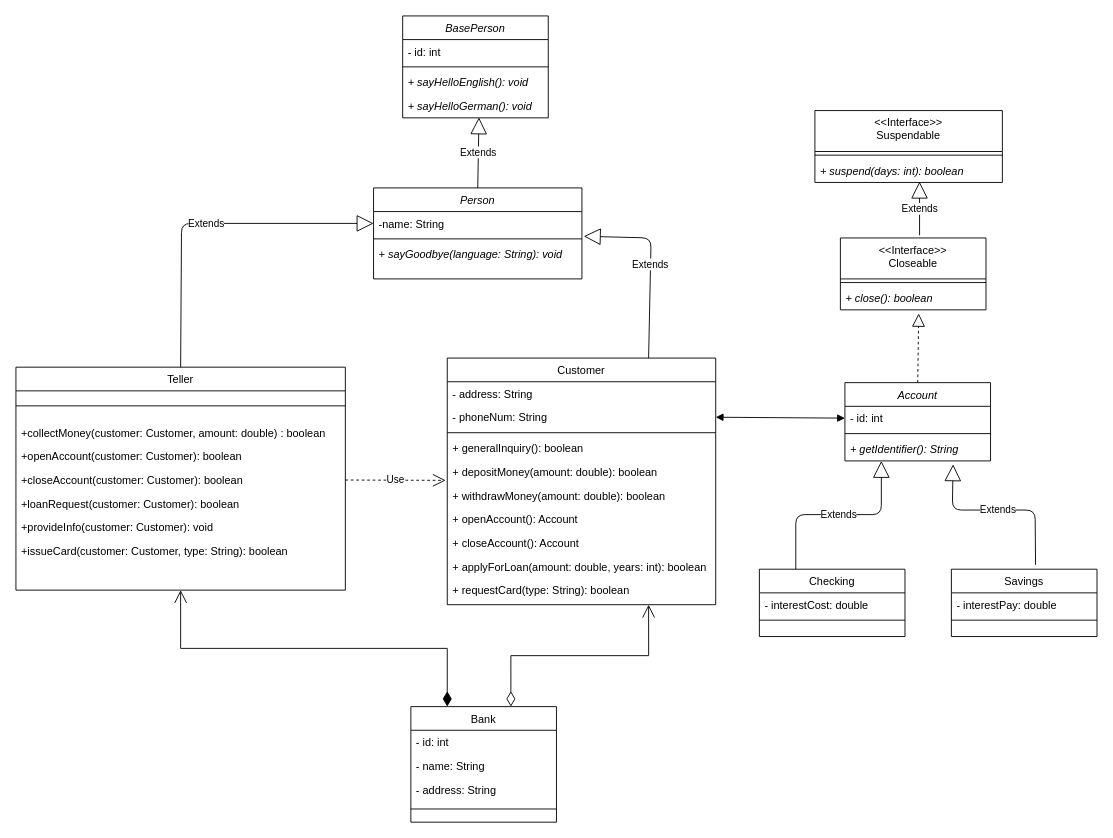
The draw.io diagram examples/example_diagram.drawio in m2z-tool-suite/generator-service, before the edit. Source tidied: cells renumbered, new cells numbered last; positions are measured from the earlier drawing's top-left corner, leaving out a move shared by most shapes. Both pictures are drawn from the tidied source at 91%, with x=0, y=0 at pixel (15, 15).
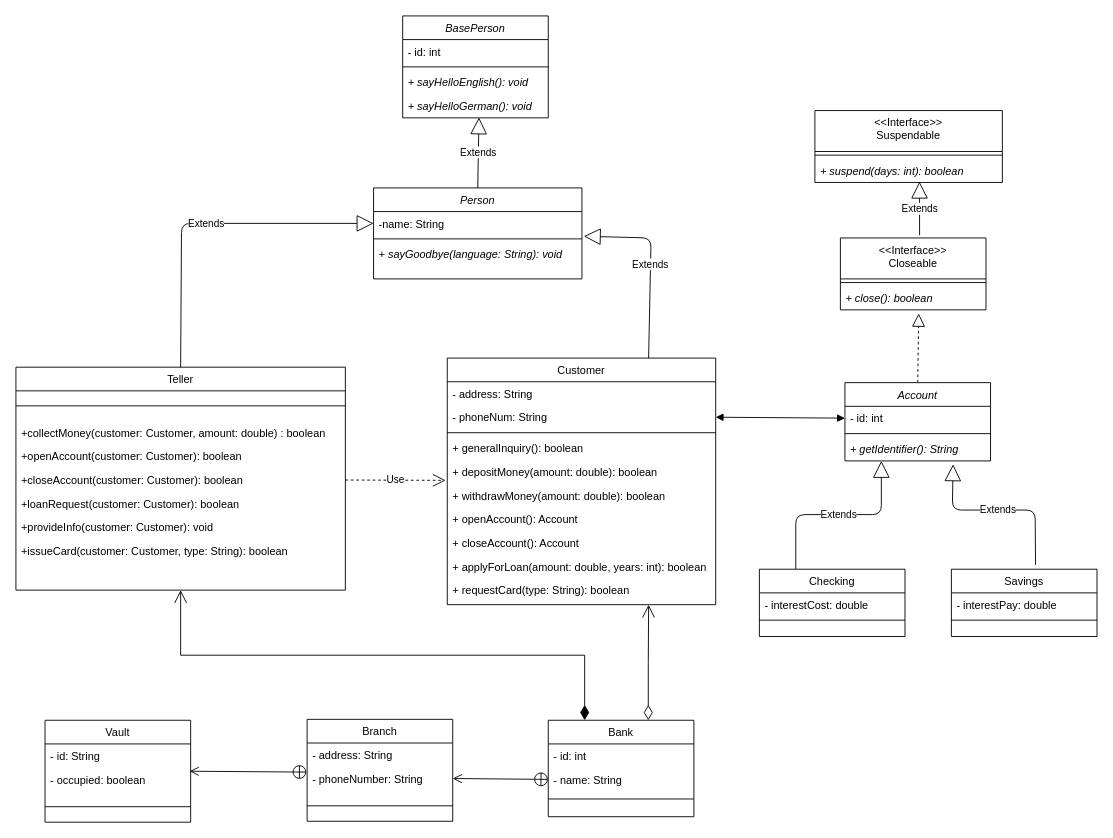
The same page after the edit.

Unchanged cells that the change refers to:
```xml
<mxCell id="41" value="- name: String" style="text;align=left;verticalAlign=top;spacingLeft=4;spacingRight=4;overflow=hidden;points=[[0,0.5],[1,0.5]];portConstraint=eastwest;rounded=0;shadow=0;html=0;" parent="39" vertex="1">
  <mxGeometry y="52" width="160" height="26" as="geometry" />
</mxCell>
```

The edit, as a diff of the source:
```diff
@@
     <mxCell id="39" value="Bank" style="swimlane;fontStyle=0;align=center;verticalAlign=top;horizontal=1;startSize=26;rounded=0;shadow=0;strokeWidth=1;" parent="1" vertex="1">
-      <mxGeometry x="434" y="759" width="160" height="127" as="geometry" />
+      <mxGeometry x="585" y="774" width="160" height="106" as="geometry" />
     </mxCell>
@@
-    <mxCell id="42" value="- address: String" style="text;align=left;verticalAlign=top;spacingLeft=4;spacingRight=4;overflow=hidden;rounded=0;shadow=0;html=0;" parent="39" vertex="1">
-      <mxGeometry y="78" width="160" height="26" as="geometry" />
-    </mxCell>
     <mxCell id="43" style="line;html=1;strokeWidth=1;align=left;verticalAlign=middle;spacingTop=-1;spacingLeft=3;spacingRight=3;labelPosition=right;" parent="39" vertex="1">
-      <mxGeometry y="104" width="160" height="17" as="geometry" />
+      <mxGeometry y="78" width="160" height="17" as="geometry" />
     </mxCell>
@@
+    <mxCell id="62" value="Branch" style="swimlane;fontStyle=0;align=center;verticalAlign=top;horizontal=1;startSize=26;" parent="1" vertex="1">
+      <mxGeometry x="320" y="773" width="160" height="112" as="geometry" />
+    </mxCell>
+    <mxCell id="42" value="- address: String" style="text;strokeColor=none;fillColor=none;align=left;verticalAlign=top;spacingLeft=4;spacingRight=4;overflow=hidden;" parent="62" vertex="1">
+      <mxGeometry y="26" width="160" height="26" as="geometry" />
+    </mxCell>
+    <mxCell id="63" value="- phoneNumber: String" style="text;strokeColor=none;fillColor=none;align=left;verticalAlign=top;spacingLeft=4;spacingRight=4;overflow=hidden;points=[[0,0.5],[1,0.5]];portConstraint=eastwest;" parent="62" vertex="1">
+      <mxGeometry y="52" width="160" height="26" as="geometry" />
+    </mxCell>
+    <mxCell id="64" style="line;strokeWidth=1;fillColor=none;align=left;verticalAlign=middle;spacingTop=-1;spacingLeft=3;spacingRight=3;labelPosition=right;strokeColor=inherit;" parent="62" vertex="1">
+      <mxGeometry y="78" width="160" height="34" as="geometry" />
+    </mxCell>
+    <mxCell id="65" style="endArrow=open;startArrow=circlePlus;endFill=0;startFill=0;endSize=8;html=1;rounded=0;exitX=0;exitY=0.5;exitDx=0;exitDy=0;entryX=1;entryY=0.5;entryDx=0;entryDy=0;" parent="1" edge="1" source="41" target="63">
+      <mxGeometry relative="1" as="geometry" />
+    </mxCell>
+    <mxCell id="66" value="Vault" style="swimlane;fontStyle=0;align=center;verticalAlign=top;horizontal=1;startSize=26;" parent="1" vertex="1">
+      <mxGeometry x="32" y="774" width="160" height="112" as="geometry" />
+    </mxCell>
+    <mxCell id="67" value="- id: String" style="text;strokeColor=none;fillColor=none;align=left;verticalAlign=top;spacingLeft=4;spacingRight=4;overflow=hidden;" parent="66" vertex="1">
+      <mxGeometry y="26" width="160" height="26" as="geometry" />
+    </mxCell>
+    <mxCell id="68" value="- occupied: boolean" style="text;strokeColor=none;fillColor=none;align=left;verticalAlign=top;spacingLeft=4;spacingRight=4;overflow=hidden;points=[[0,0.5],[1,0.5]];portConstraint=eastwest;" parent="66" vertex="1">
+      <mxGeometry y="52" width="160" height="26" as="geometry" />
+    </mxCell>
+    <mxCell id="69" style="line;strokeWidth=1;fillColor=none;align=left;verticalAlign=middle;spacingTop=-1;spacingLeft=3;spacingRight=3;labelPosition=right;strokeColor=inherit;" parent="66" vertex="1">
+      <mxGeometry y="78" width="160" height="34" as="geometry" />
+    </mxCell>
+    <mxCell id="70" style="endArrow=open;startArrow=circlePlus;endFill=0;startFill=0;endSize=8;html=1;rounded=0;entryX=0.993;entryY=0.154;entryDx=0;entryDy=0;entryPerimeter=0;exitX=-0.003;exitY=0.229;exitDx=0;exitDy=0;exitPerimeter=0;" parent="1" edge="1" source="63" target="68">
+      <mxGeometry relative="1" as="geometry" />
+    </mxCell>
```
